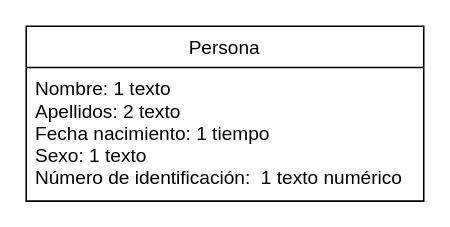
Earlier version of the draw.io diagram Ejercicio_06.drawio (Trabajos-grupales/UML). Source tidied: cells renumbered, new cells numbered last; positions are measured from the earlier drawing's top-left corner, leaving out a move shared by most shapes. Both pictures are drawn from the tidied source at 159%, with x=0, y=0 at pixel (25, 25).
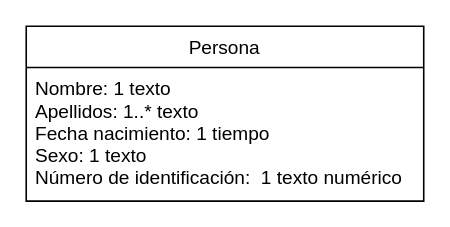
The same diagram, later.

Change to the diagram source:
```diff
@@
 <mxGraphModel>
   <root>
     <mxCell id="0" />
     <mxCell id="1" parent="0" />
     <mxCell id="2" value="Persona" style="swimlane;fontStyle=0;horizontal=1;startSize=26;fillColor=none;" parent="1" vertex="1">
       <mxGeometry width="250" height="110" as="geometry" />
     </mxCell>
-    <mxCell id="3" value="Nombre: 1 texto&#10;Apellidos: 2 texto&#10;Fecha nacimiento: 1 tiempo&#10;Sexo: 1 texto&#10;Número de identificación:  1 texto numérico" style="text;strokeColor=none;fillColor=none;align=left;verticalAlign=top;spacingLeft=4;spacingRight=4;overflow=hidden;" parent="2" vertex="1">
+    <mxCell id="3" value="Nombre: 1 texto&#10;Apellidos: 1..* texto&#10;Fecha nacimiento: 1 tiempo&#10;Sexo: 1 texto&#10;Número de identificación:  1 texto numérico" style="text;strokeColor=none;fillColor=none;align=left;verticalAlign=top;spacingLeft=4;spacingRight=4;overflow=hidden;" parent="2" vertex="1">
       <mxGeometry y="26" width="250" height="84" as="geometry" />
     </mxCell>
   </root>
 </mxGraphModel>
```
